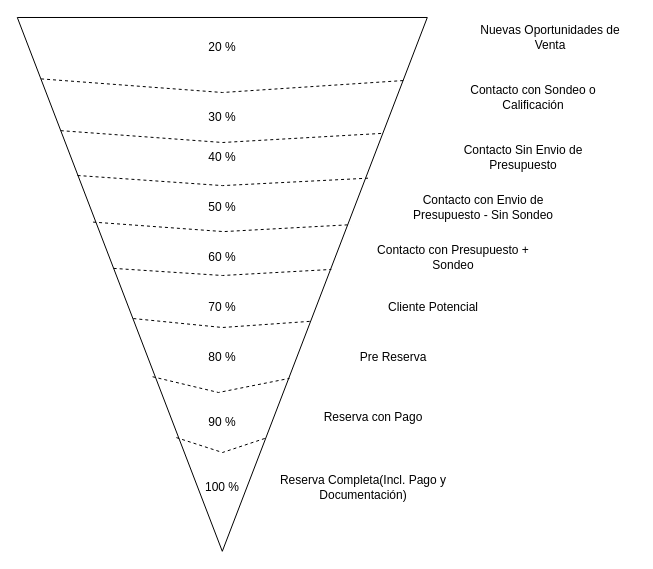
The draw.io diagram Enbudo.drawio in ss-vector/ss-vector, before the edit. Source tidied: cells renumbered, new cells numbered last; positions are measured from the earlier drawing's top-left corner, leaving out a move shared by most shapes. Both pictures are drawn from the tidied source at 100%, with x=0, y=0 at pixel (-45, 22).
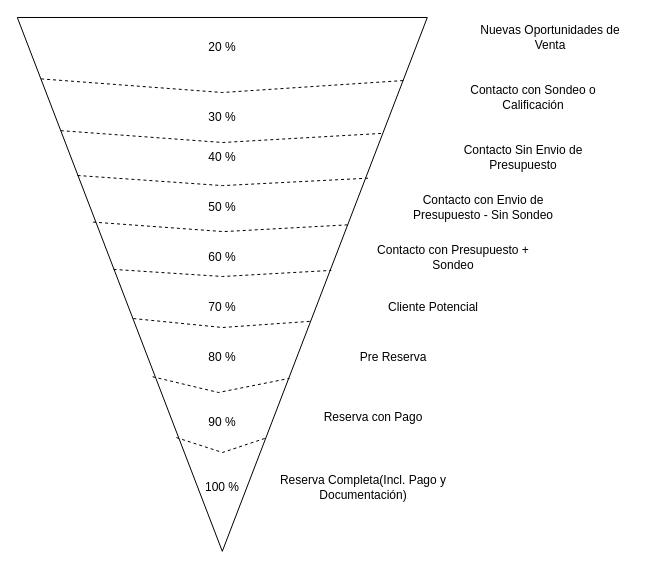
The same diagram, later.

The change refers to these unchanged cells:
```xml
<mxCell id="2" style="triangle;whiteSpace=wrap;html=1;rotation=90;" parent="1" vertex="1">
  <mxGeometry x="-0.1" y="56.9" width="533.8" height="410" as="geometry" />
</mxCell>
```

Change to the diagram source:
```diff
@@
-    <mxCell id="16" style="endArrow=none;dashed=1;html=1;rounded=0;entryX=0.472;entryY=0.234;entryDx=0;entryDy=0;entryPerimeter=0;exitX=0.47;exitY=0.765;exitDx=0;exitDy=0;exitPerimeter=0;" parent="1" edge="1" source="2" target="2">
+    <mxCell id="16" style="endArrow=none;dashed=1;html=1;rounded=0;entryX=0.472;entryY=0.234;entryDx=0;entryDy=0;entryPerimeter=0;exitX=0.47;exitY=0.765;exitDx=0;exitDy=0;exitPerimeter=0;" parent="1" edge="1">
       <mxGeometry x="0.04" y="10" relative="1" as="geometry">
+        <mxPoint x="158.1" y="246.9" as="sourcePoint" />
+        <mxPoint x="375.8" y="247.9" as="targetPoint" />
         <Array as="points">
-          <mxPoint x="267" y="253" />
+          <mxPoint x="267" y="254" />
         </Array>
       </mxGeometry>
     </mxCell>
```
